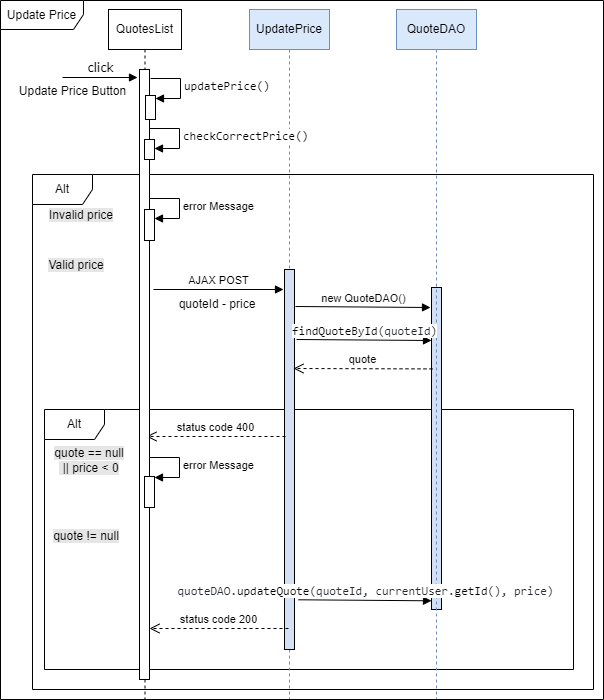
Before: documentation/RIA_images/UpdatePrice.png, a diagram exported from draw.io (ManuMerlo/Web-App-Project-TIW-2022-Inghilleri-Merlo). Source tidied: cells renumbered, new cells last; positions are measured from the earlier drawing's top-left corner, leaving out a move shared by most shapes.
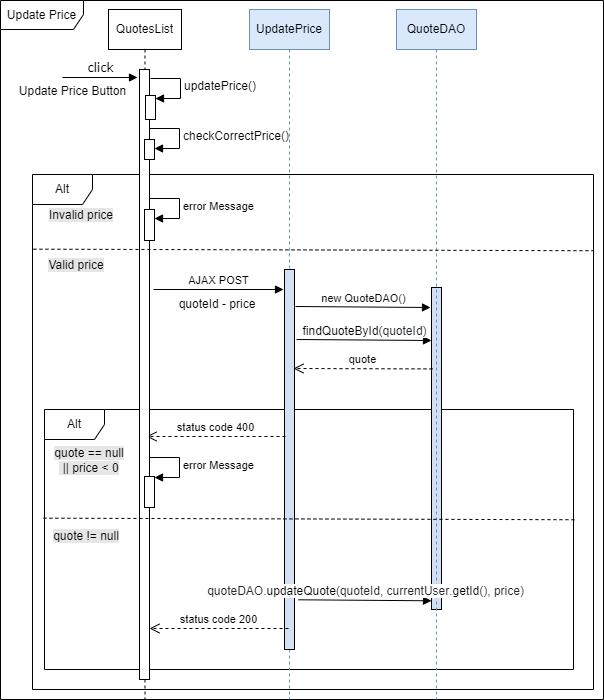
The same file after the commit.

Diff of the diagram source:
```diff
@@ -2,6 +2,9 @@
   <root>
     <mxCell id="0" />
     <mxCell id="1" parent="0" />
+    <mxCell id="32" value="Update Price" style="shape=umlFrame;whiteSpace=wrap;html=1;width=83;height=29;" parent="1" vertex="1">
+      <mxGeometry width="603" height="699" as="geometry" />
+    </mxCell>
     <mxCell id="2" value="Alt" style="shape=umlFrame;whiteSpace=wrap;html=1;" parent="1" vertex="1">
       <mxGeometry x="32" y="174" width="561" height="515" as="geometry" />
     </mxCell>
@@ -23,7 +26,7 @@
     <mxCell id="8" value="&lt;span style=&quot;color: rgba(0, 0, 0, 0); font-family: monospace; font-size: 0px; text-align: start;&quot;&gt;%3CmxGraphModel%3E%3Croot%3E%3CmxCell%20id%3D%220%22%2F%3E%3CmxCell%20id%3D%221%22%20parent%3D%220%22%2F%3E%3CmxCell%20id%3D%222%22%20value%3D%22%26lt%3Bspan%20style%3D%26quot%3Bbackground-color%3A%20rgb(230%2C%20230%2C%20230)%3B%26quot%3B%26gt%3BInvalid%20email%26lt%3B%2Fspan%26gt%3B%22%20style%3D%22text%3Bhtml%3D1%3BstrokeColor%3Dnone%3BfillColor%3Dnone%3Balign%3Dcenter%3BverticalAlign%3Dmiddle%3BwhiteSpace%3Dwrap%3Brounded%3D0%3B%22%20vertex%3D%221%22%20parent%3D%221%22%3E%3CmxGeometry%20x%3D%2246%22%20y%3D%22269%22%20width%3D%2270%22%20height%3D%2230%22%20as%3D%22geometry%22%2F%3E%3C%2FmxCell%3E%3C%2Froot%3E%3C%2FmxGraphModel%3E&lt;/span&gt;" style="html=1;perimeter=orthogonalPerimeter;fillColor=#D4E1F5;" parent="1" vertex="1">
       <mxGeometry x="284" y="269" width="10" height="380" as="geometry" />
     </mxCell>
-    <mxCell id="9" value="&lt;span style=&quot;box-sizing: border-box; color: rgb(36, 41, 47); font-family: ui-monospace, SFMono-Regular, &amp;quot;SF Mono&amp;quot;, Menlo, Consolas, &amp;quot;Liberation Mono&amp;quot;, monospace; font-size: 12px; text-align: start;&quot; class=&quot;pl-s1&quot;&gt;quoteDAO&lt;/span&gt;&lt;span style=&quot;color: rgb(36, 41, 47); font-family: ui-monospace, SFMono-Regular, &amp;quot;SF Mono&amp;quot;, Menlo, Consolas, &amp;quot;Liberation Mono&amp;quot;, monospace; font-size: 12px; text-align: start;&quot;&gt;.&lt;/span&gt;&lt;span style=&quot;box-sizing: border-box; color: var(--color-prettylights-syntax-entity); font-family: ui-monospace, SFMono-Regular, &amp;quot;SF Mono&amp;quot;, Menlo, Consolas, &amp;quot;Liberation Mono&amp;quot;, monospace; font-size: 12px; text-align: start;&quot; class=&quot;pl-en&quot;&gt;updateQuote&lt;/span&gt;&lt;span style=&quot;color: rgb(36, 41, 47); font-family: ui-monospace, SFMono-Regular, &amp;quot;SF Mono&amp;quot;, Menlo, Consolas, &amp;quot;Liberation Mono&amp;quot;, monospace; font-size: 12px; text-align: start;&quot;&gt;(&lt;/span&gt;&lt;span style=&quot;box-sizing: border-box; color: rgb(36, 41, 47); font-family: ui-monospace, SFMono-Regular, &amp;quot;SF Mono&amp;quot;, Menlo, Consolas, &amp;quot;Liberation Mono&amp;quot;, monospace; font-size: 12px; text-align: start;&quot; class=&quot;pl-s1&quot;&gt;quoteId&lt;/span&gt;&lt;span style=&quot;color: rgb(36, 41, 47); font-family: ui-monospace, SFMono-Regular, &amp;quot;SF Mono&amp;quot;, Menlo, Consolas, &amp;quot;Liberation Mono&amp;quot;, monospace; font-size: 12px; text-align: start;&quot;&gt;, &lt;/span&gt;&lt;span style=&quot;box-sizing: border-box; color: rgb(36, 41, 47); font-family: ui-monospace, SFMono-Regular, &amp;quot;SF Mono&amp;quot;, Menlo, Consolas, &amp;quot;Liberation Mono&amp;quot;, monospace; font-size: 12px; text-align: start;&quot; class=&quot;pl-s1&quot;&gt;currentUser&lt;/span&gt;&lt;span style=&quot;color: rgb(36, 41, 47); font-family: ui-monospace, SFMono-Regular, &amp;quot;SF Mono&amp;quot;, Menlo, Consolas, &amp;quot;Liberation Mono&amp;quot;, monospace; font-size: 12px; text-align: start;&quot;&gt;.&lt;/span&gt;&lt;span style=&quot;box-sizing: border-box; color: var(--color-prettylights-syntax-entity); font-family: ui-monospace, SFMono-Regular, &amp;quot;SF Mono&amp;quot;, Menlo, Consolas, &amp;quot;Liberation Mono&amp;quot;, monospace; font-size: 12px; text-align: start;&quot; class=&quot;pl-en&quot;&gt;getId&lt;/span&gt;&lt;span style=&quot;color: rgb(36, 41, 47); font-family: ui-monospace, SFMono-Regular, &amp;quot;SF Mono&amp;quot;, Menlo, Consolas, &amp;quot;Liberation Mono&amp;quot;, monospace; font-size: 12px; text-align: start;&quot;&gt;(), &lt;/span&gt;&lt;span style=&quot;box-sizing: border-box; color: rgb(36, 41, 47); font-family: ui-monospace, SFMono-Regular, &amp;quot;SF Mono&amp;quot;, Menlo, Consolas, &amp;quot;Liberation Mono&amp;quot;, monospace; font-size: 12px; text-align: start;&quot; class=&quot;pl-s1&quot;&gt;price&lt;/span&gt;&lt;span style=&quot;color: rgb(36, 41, 47); font-family: ui-monospace, SFMono-Regular, &amp;quot;SF Mono&amp;quot;, Menlo, Consolas, &amp;quot;Liberation Mono&amp;quot;, monospace; font-size: 12px; text-align: start;&quot;&gt;)&lt;/span&gt;" style="html=1;verticalAlign=bottom;endArrow=block;rounded=0;entryX=0;entryY=0.973;entryDx=0;entryDy=0;entryPerimeter=0;" parent="1" edge="1" target="4">
+    <mxCell id="9" value="&lt;span style=&quot;box-sizing: border-box; color: rgb(36, 41, 47); font-size: 12px; text-align: start;&quot; class=&quot;pl-s1&quot;&gt;quoteDAO&lt;/span&gt;&lt;span style=&quot;color: rgb(36, 41, 47); font-size: 12px; text-align: start;&quot;&gt;.&lt;/span&gt;&lt;span style=&quot;box-sizing: border-box; color: var(--color-prettylights-syntax-entity); font-size: 12px; text-align: start;&quot; class=&quot;pl-en&quot;&gt;updateQuote&lt;/span&gt;&lt;span style=&quot;color: rgb(36, 41, 47); font-size: 12px; text-align: start;&quot;&gt;(&lt;/span&gt;&lt;span style=&quot;box-sizing: border-box; color: rgb(36, 41, 47); font-size: 12px; text-align: start;&quot; class=&quot;pl-s1&quot;&gt;quoteId&lt;/span&gt;&lt;span style=&quot;color: rgb(36, 41, 47); font-size: 12px; text-align: start;&quot;&gt;, &lt;/span&gt;&lt;span style=&quot;box-sizing: border-box; color: rgb(36, 41, 47); font-size: 12px; text-align: start;&quot; class=&quot;pl-s1&quot;&gt;currentUser&lt;/span&gt;&lt;span style=&quot;color: rgb(36, 41, 47); font-size: 12px; text-align: start;&quot;&gt;.&lt;/span&gt;&lt;span style=&quot;box-sizing: border-box; color: var(--color-prettylights-syntax-entity); font-size: 12px; text-align: start;&quot; class=&quot;pl-en&quot;&gt;getId&lt;/span&gt;&lt;span style=&quot;color: rgb(36, 41, 47); font-size: 12px; text-align: start;&quot;&gt;(), &lt;/span&gt;&lt;span style=&quot;box-sizing: border-box; color: rgb(36, 41, 47); font-size: 12px; text-align: start;&quot; class=&quot;pl-s1&quot;&gt;price&lt;/span&gt;&lt;span style=&quot;color: rgb(36, 41, 47); font-size: 12px; text-align: start;&quot;&gt;)&lt;/span&gt;" style="html=1;verticalAlign=bottom;endArrow=block;rounded=0;entryX=0;entryY=0.973;entryDx=0;entryDy=0;entryPerimeter=0;" parent="1" edge="1" target="4">
       <mxGeometry relative="1" as="geometry">
         <mxPoint x="297.8" y="599.3" as="sourcePoint" />
       </mxGeometry>
@@ -93,7 +96,7 @@
     <mxCell id="21" style="html=1;perimeter=orthogonalPerimeter;" parent="1" vertex="1">
       <mxGeometry x="144" y="139" width="10" height="20" as="geometry" />
     </mxCell>
-    <mxCell id="22" value="&lt;font face=&quot;ui-monospace, SFMono-Regular, SF Mono, Menlo, Consolas, Liberation Mono, monospace&quot;&gt;&lt;span style=&quot;font-size: 12px;&quot;&gt;checkCorrectPrice()&lt;/span&gt;&lt;/font&gt;" style="edgeStyle=orthogonalEdgeStyle;html=1;align=left;spacingLeft=2;endArrow=block;rounded=0;entryX=1;entryY=0;" parent="1" edge="1">
+    <mxCell id="22" value="&lt;span style=&quot;font-size: 12px;&quot;&gt;checkCorrectPrice()&lt;/span&gt;" style="edgeStyle=orthogonalEdgeStyle;html=1;align=left;spacingLeft=2;endArrow=block;rounded=0;entryX=1;entryY=0;" parent="1" edge="1">
       <mxGeometry relative="1" as="geometry">
         <mxPoint x="149" y="128" as="sourcePoint" />
         <mxPoint x="154" y="148" as="targetPoint" />
@@ -115,7 +118,7 @@
     <mxCell id="26" value="&lt;span style=&quot;background-color: rgb(230, 230, 230);&quot;&gt;quote == null&lt;br&gt;&amp;nbsp;||&amp;nbsp;price &amp;lt; 0&lt;br&gt;&lt;/span&gt;" style="text;html=1;strokeColor=none;fillColor=none;align=center;verticalAlign=middle;whiteSpace=wrap;rounded=0;" parent="1" vertex="1">
       <mxGeometry x="44" y="445" width="90" height="30" as="geometry" />
     </mxCell>
-    <mxCell id="27" value="&lt;span style=&quot;box-sizing: border-box; color: var(--color-prettylights-syntax-entity); font-family: ui-monospace, SFMono-Regular, &amp;quot;SF Mono&amp;quot;, Menlo, Consolas, &amp;quot;Liberation Mono&amp;quot;, monospace; font-size: 12px; text-align: start;&quot; class=&quot;pl-en&quot;&gt;findQuoteById&lt;/span&gt;&lt;span style=&quot;color: rgb(36, 41, 47); font-family: ui-monospace, SFMono-Regular, &amp;quot;SF Mono&amp;quot;, Menlo, Consolas, &amp;quot;Liberation Mono&amp;quot;, monospace; font-size: 12px; text-align: start;&quot;&gt;(&lt;/span&gt;&lt;span style=&quot;box-sizing: border-box; color: rgb(36, 41, 47); font-family: ui-monospace, SFMono-Regular, &amp;quot;SF Mono&amp;quot;, Menlo, Consolas, &amp;quot;Liberation Mono&amp;quot;, monospace; font-size: 12px; text-align: start;&quot; class=&quot;pl-s1&quot;&gt;quoteId&lt;/span&gt;&lt;span style=&quot;color: rgb(36, 41, 47); font-family: ui-monospace, SFMono-Regular, &amp;quot;SF Mono&amp;quot;, Menlo, Consolas, &amp;quot;Liberation Mono&amp;quot;, monospace; font-size: 12px; text-align: start;&quot;&gt;)&lt;/span&gt;" style="html=1;verticalAlign=bottom;endArrow=block;rounded=0;" parent="1" edge="1">
+    <mxCell id="27" value="&lt;span style=&quot;box-sizing: border-box; color: var(--color-prettylights-syntax-entity); font-size: 12px; text-align: start;&quot; class=&quot;pl-en&quot;&gt;findQuoteById&lt;/span&gt;&lt;span style=&quot;color: rgb(36, 41, 47); font-size: 12px; text-align: start;&quot;&gt;(&lt;/span&gt;&lt;span style=&quot;box-sizing: border-box; color: rgb(36, 41, 47); font-size: 12px; text-align: start;&quot; class=&quot;pl-s1&quot;&gt;quoteId&lt;/span&gt;&lt;span style=&quot;color: rgb(36, 41, 47); font-size: 12px; text-align: start;&quot;&gt;)&lt;/span&gt;" style="html=1;verticalAlign=bottom;endArrow=block;rounded=0;" parent="1" edge="1">
       <mxGeometry relative="1" as="geometry">
         <mxPoint x="296" y="339" as="sourcePoint" />
         <mxPoint x="431" y="340" as="targetPoint" />
@@ -133,7 +136,7 @@
     <mxCell id="30" style="html=1;perimeter=orthogonalPerimeter;" parent="1" vertex="1">
       <mxGeometry x="145" y="95" width="10" height="24" as="geometry" />
     </mxCell>
-    <mxCell id="31" value="&lt;font face=&quot;ui-monospace, SFMono-Regular, SF Mono, Menlo, Consolas, Liberation Mono, monospace&quot;&gt;&lt;span style=&quot;font-size: 12px;&quot;&gt;updatePrice()&lt;/span&gt;&lt;/font&gt;" style="edgeStyle=orthogonalEdgeStyle;html=1;align=left;spacingLeft=2;endArrow=block;rounded=0;entryX=1;entryY=0;" parent="1" edge="1">
+    <mxCell id="31" value="&lt;span style=&quot;font-size: 12px;&quot;&gt;updatePrice()&lt;/span&gt;" style="edgeStyle=orthogonalEdgeStyle;html=1;align=left;spacingLeft=2;endArrow=block;rounded=0;entryX=1;entryY=0;" parent="1" edge="1">
       <mxGeometry relative="1" as="geometry">
         <mxPoint x="150" y="78" as="sourcePoint" />
         <mxPoint x="155" y="98" as="targetPoint" />
@@ -143,8 +146,13 @@
         </Array>
       </mxGeometry>
     </mxCell>
-    <mxCell id="32" value="Update Price" style="shape=umlFrame;whiteSpace=wrap;html=1;width=83;height=29;" parent="1" vertex="1">
-      <mxGeometry width="603" height="699" as="geometry" />
-    </mxCell>
+    <mxCell id="33" style="endArrow=none;dashed=1;html=1;rounded=0;fontFamily=Helvetica;exitX=-0.002;exitY=0.418;exitDx=0;exitDy=0;exitPerimeter=0;entryX=1.002;entryY=0.424;entryDx=0;entryDy=0;entryPerimeter=0;" parent="1" edge="1" source="3" target="3">
+      <mxGeometry relative="1" as="geometry" />
+    </mxCell>
+    <mxCell id="34" style="endArrow=none;dashed=1;html=1;rounded=0;fontFamily=Helvetica;exitX=-0.002;exitY=0.418;exitDx=0;exitDy=0;exitPerimeter=0;entryX=1.001;entryY=0.148;entryDx=0;entryDy=0;entryPerimeter=0;" parent="1" edge="1" target="2">
+      <mxGeometry relative="1" as="geometry">
+        <mxPoint x="32.9" y="248.7" as="sourcePoint" />
+      </mxGeometry>
+    </mxCell>
   </root>
 </mxGraphModel>
```
